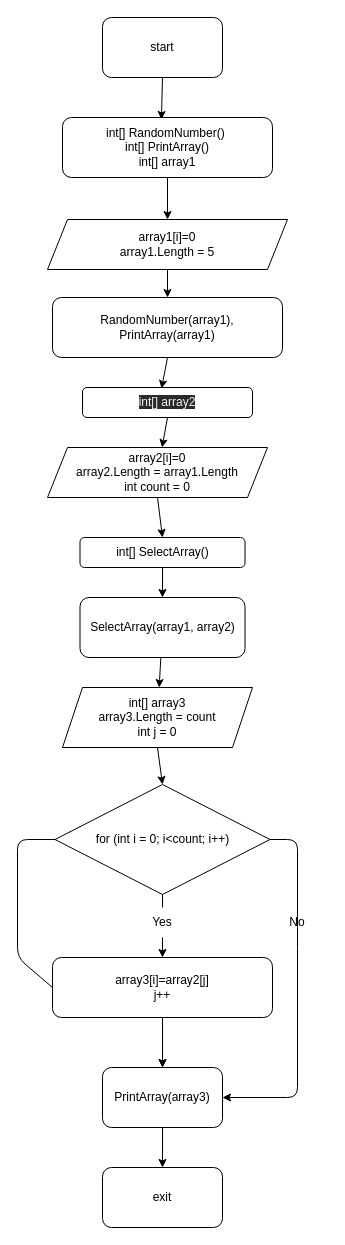
Earlier version of the draw.io diagram drawioFiles/base.drawio (kr1so/exit_task). Source tidied: cells renumbered, new cells numbered last; positions are measured from the earlier drawing's top-left corner, leaving out a move shared by most shapes. Both pictures are drawn from the tidied source at 100%, with x=0, y=0 at pixel (17, 17).
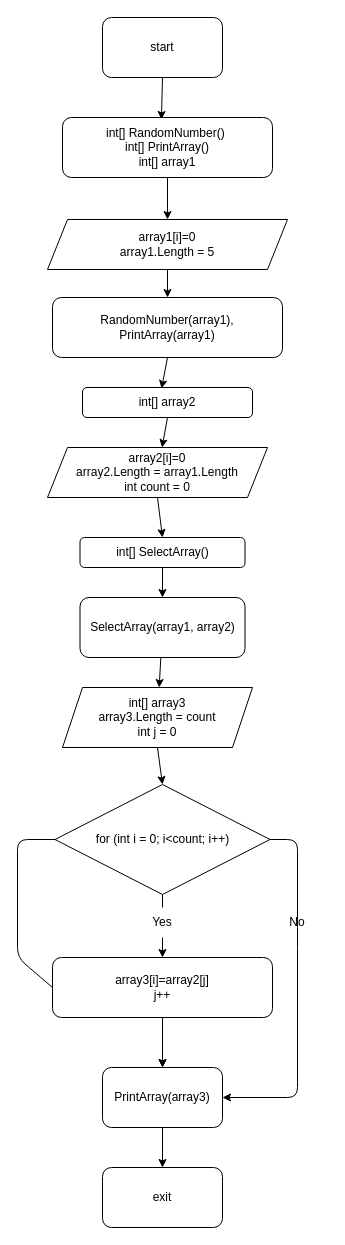
The same page after the edit.

Change to the diagram source:
```diff
@@
-    <mxCell id="12" value="&#10;&#10;&lt;span style=&quot;color: rgb(240, 240, 240); font-family: helvetica; font-size: 12px; font-style: normal; font-weight: 400; letter-spacing: normal; text-align: center; text-indent: 0px; text-transform: none; word-spacing: 0px; background-color: rgb(42, 42, 42); display: inline; float: none;&quot;&gt;int[] array2&lt;/span&gt;&#10;&#10;" style="rounded=1;whiteSpace=wrap;html=1;" parent="1" vertex="1">
+    <mxCell id="12" value="int[] array2" style="rounded=1;whiteSpace=wrap;html=1;" parent="1" vertex="1">
       <mxGeometry x="65" y="370" width="170" height="30" as="geometry" />
     </mxCell>
```
